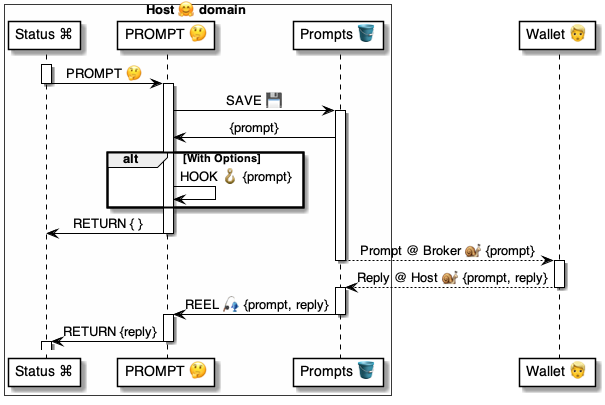
The PlantUML diagram 4 ⚙️ Solution/41 🎭 Domain Roles/Hosts 🤗/🤗⌘ Host cmds/PROMPT 🤔/🤔 PROMPT (status) ⚙️ uml.png in pollyweb-org/pollyweb-docs, before a commit. Its source is kept beside it as 4 ⚙️ Solution/41 🎭 Domain Roles/Hosts 🤗/🤗⌘ Host cmds/PROMPT 🤔/🤔 PROMPT (status) ⚙️ uml.puml.
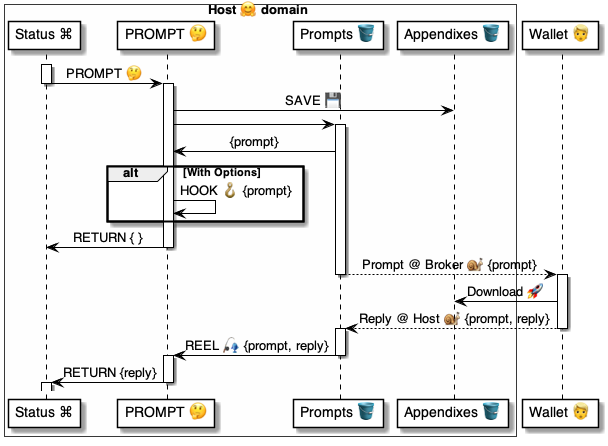
After the change.

Change to the diagram source:
```diff
@@ -4,6 +4,7 @@
     participant "Status ⌘" as script
     participant "PROMPT 🤔" as PROMPT
     participant "Prompts 🪣" as table
+    participant "Appendixes 🪣" as appendixes
 end box
 participant "Wallet 👱" as wallet
 
@@ -13,9 +14,11 @@
 deactivate script
 
 activate PROMPT
-    PROMPT -> table: SAVE 💾
+    PROMPT -> appendixes: SAVE 💾
+    PROMPT -> table:
+    activate table
 
-    activate table
+
         table -> PROMPT: {prompt}
 
     alt With Options
@@ -30,6 +33,7 @@
 
 
 activate wallet
+    wallet -> appendixes: Download 🚀
     wallet --> table: Reply @ Host 🐌 {prompt, reply}
 deactivate wallet
 
```
